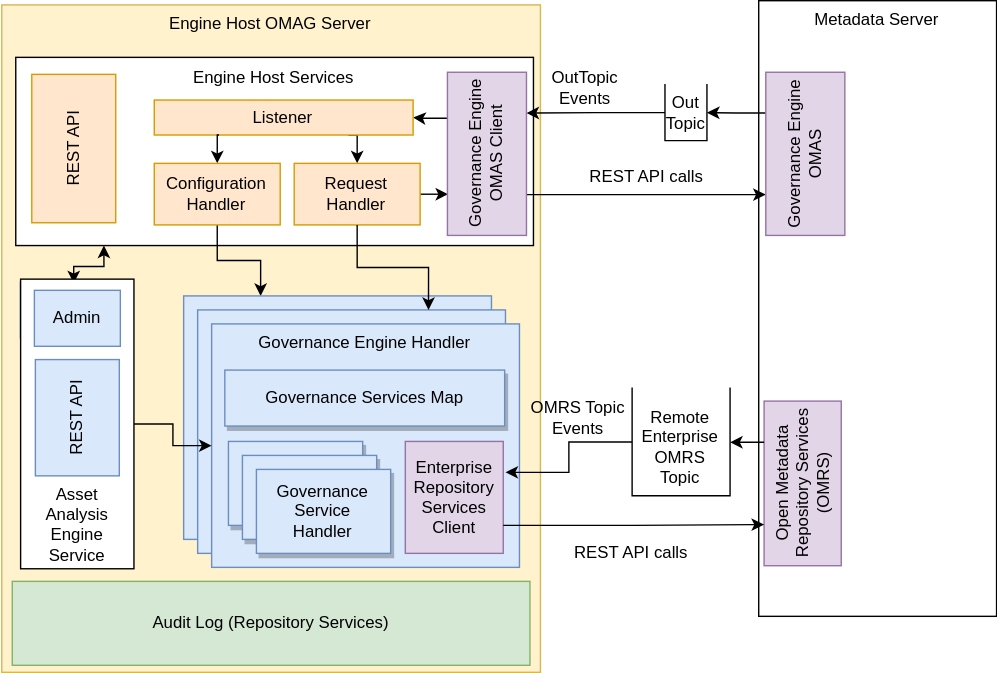
The draw.io diagram site/docs/services/omes/archive-manager/archive-engine-services-internals.svg in odpi/egeria-docs, before a commit. Source tidied: cells renumbered, new cells last; positions are measured from the earlier drawing's top-left corner, leaving out a move shared by most shapes.
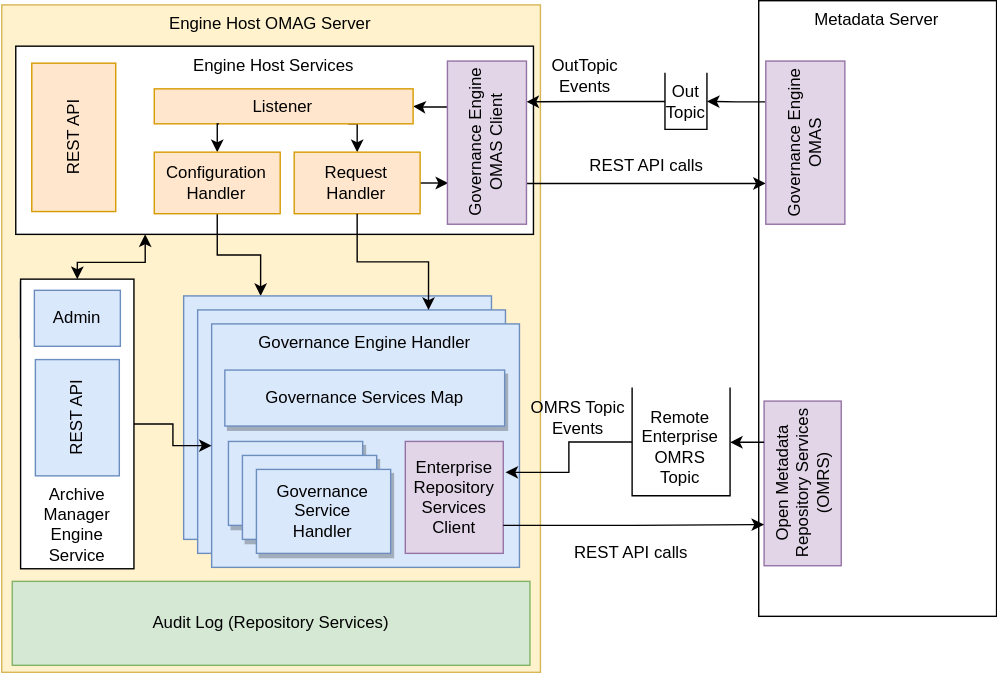
Above is the later version.

Diff of the diagram source:
```diff
@@ -3,93 +3,87 @@
     <mxCell id="0" />
     <mxCell id="1" parent="0" />
     <mxCell id="2" style="rounded=0;whiteSpace=wrap;html=1;verticalAlign=top;fillColor=#dae8fc;strokeColor=#6c8ebf;" parent="1" vertex="1">
-      <mxGeometry x="58.5" y="155" width="36" height="20" as="geometry" />
+      <mxGeometry x="58.5" y="147" width="36" height="20" as="geometry" />
     </mxCell>
     <mxCell id="3" value="Engine Host OMAG Server" style="rounded=0;whiteSpace=wrap;html=1;verticalAlign=top;fillColor=#fff2cc;strokeColor=#d6b656;" parent="1" vertex="1">
       <mxGeometry x="3.5" y="3" width="385" height="477" as="geometry" />
     </mxCell>
-    <mxCell id="4" value="Engine Host Services" style="rounded=0;whiteSpace=wrap;html=1;verticalAlign=top;" parent="1" vertex="1">
-      <mxGeometry x="13.5" y="40.5" width="370" height="134.5" as="geometry" />
+    <mxCell id="4" style="edgeStyle=orthogonalEdgeStyle;rounded=0;jettySize=auto;html=1;exitX=0.25;exitY=1;exitDx=0;exitDy=0;entryX=0.5;entryY=0;entryDx=0;entryDy=0;startArrow=classic;startFill=1;" parent="1" edge="1" source="5" target="32">
+      <mxGeometry relative="1" as="geometry" />
     </mxCell>
-    <mxCell id="5" value="Metadata Server" style="rounded=0;whiteSpace=wrap;html=1;verticalAlign=top;" parent="1" vertex="1">
-      <mxGeometry x="544.5" width="170" height="440" as="geometry" />
+    <mxCell id="5" value="Engine Host Services" style="rounded=0;whiteSpace=wrap;html=1;verticalAlign=top;" parent="1" vertex="1">
+      <mxGeometry x="13.5" y="32.5" width="370" height="134.5" as="geometry" />
     </mxCell>
-    <mxCell id="6" style="edgeStyle=orthogonalEdgeStyle;rounded=0;jettySize=auto;html=1;" parent="1" edge="1" target="12">
-      <mxGeometry relative="1" as="geometry">
-        <mxPoint x="323.5" y="84" as="sourcePoint" />
-      </mxGeometry>
+    <mxCell id="6" value="Metadata Server" style="rounded=0;whiteSpace=wrap;html=1;verticalAlign=top;" parent="1" vertex="1">
+      <mxGeometry x="544.5" width="170" height="440" as="geometry" />
     </mxCell>
-    <mxCell id="7" style="edgeStyle=orthogonalEdgeStyle;rounded=0;jettySize=auto;html=1;entryX=0.75;entryY=1;entryDx=0;entryDy=0;" parent="1" edge="1" source="8" target="16">
-      <mxGeometry relative="1" as="geometry" />
+    <mxCell id="7" style="edgeStyle=orthogonalEdgeStyle;rounded=0;jettySize=auto;html=1;" parent="1" edge="1" target="13">
+      <mxGeometry relative="1" as="geometry">
+        <mxPoint x="323.5" y="76" as="sourcePoint" />
+      </mxGeometry>
     </mxCell>
-    <mxCell id="8" style="shape=partialRectangle;whiteSpace=wrap;html=1;bottom=1;right=1;left=1;top=0;fillColor=none;routingCenterX=-0.5;" parent="1" vertex="1">
-      <mxGeometry x="477.5" y="60" width="30" height="40" as="geometry" />
+    <mxCell id="8" style="edgeStyle=orthogonalEdgeStyle;rounded=0;jettySize=auto;html=1;entryX=0.75;entryY=1;entryDx=0;entryDy=0;" parent="1" edge="1" source="9" target="17">
+      <mxGeometry relative="1" as="geometry" />
     </mxCell>
-    <mxCell id="9" value="Out&lt;br&gt;Topic" style="text;html=1;align=center;verticalAlign=middle;points=[];" parent="1" vertex="1">
-      <mxGeometry x="472.5" y="65" width="40" height="30" as="geometry" />
+    <mxCell id="9" style="shape=partialRectangle;whiteSpace=wrap;html=1;bottom=1;right=1;left=1;top=0;fillColor=none;routingCenterX=-0.5;" parent="1" vertex="1">
+      <mxGeometry x="477.5" y="52" width="30" height="40" as="geometry" />
     </mxCell>
-    <mxCell id="10" style="edgeStyle=orthogonalEdgeStyle;rounded=0;jettySize=auto;html=1;exitX=0.75;exitY=0;exitDx=0;exitDy=0;entryX=1;entryY=0.5;entryDx=0;entryDy=0;" parent="1" edge="1" source="23" target="8">
-      <mxGeometry relative="1" as="geometry" />
+    <mxCell id="10" value="Out&lt;br&gt;Topic" style="text;html=1;align=center;verticalAlign=middle;" parent="1" vertex="1">
+      <mxGeometry x="472.5" y="57" width="40" height="30" as="geometry" />
     </mxCell>
-    <mxCell id="11" style="edgeStyle=orthogonalEdgeStyle;rounded=0;jettySize=auto;html=1;exitX=0.75;exitY=1;exitDx=0;exitDy=0;entryX=0.5;entryY=0;entryDx=0;entryDy=0;" parent="1" edge="1" source="12" target="14">
+    <mxCell id="11" style="edgeStyle=orthogonalEdgeStyle;rounded=0;jettySize=auto;html=1;exitX=0.75;exitY=0;exitDx=0;exitDy=0;entryX=1;entryY=0.5;entryDx=0;entryDy=0;" parent="1" edge="1" source="24" target="9">
       <mxGeometry relative="1" as="geometry" />
     </mxCell>
-    <mxCell id="12" value="Listener" style="rounded=0;whiteSpace=wrap;html=1;fillColor=#ffe6cc;strokeColor=#d79b00;" parent="1" vertex="1">
-      <mxGeometry x="112.5" y="71" width="185" height="25" as="geometry" />
+    <mxCell id="12" style="edgeStyle=orthogonalEdgeStyle;rounded=0;jettySize=auto;html=1;exitX=0.75;exitY=1;exitDx=0;exitDy=0;entryX=0.5;entryY=0;entryDx=0;entryDy=0;" parent="1" edge="1" source="13" target="15">
+      <mxGeometry relative="1" as="geometry" />
     </mxCell>
-    <mxCell id="13" style="edgeStyle=orthogonalEdgeStyle;rounded=0;jettySize=auto;html=1;entryX=0.25;entryY=0;entryDx=0;entryDy=0;" parent="1" edge="1" source="14" target="16">
-      <mxGeometry relative="1" as="geometry" />
+    <mxCell id="13" value="Listener" style="rounded=0;whiteSpace=wrap;html=1;fillColor=#ffe6cc;strokeColor=#d79b00;" parent="1" vertex="1">
+      <mxGeometry x="112.5" y="63" width="185" height="25" as="geometry" />
     </mxCell>
-    <mxCell id="14" value="Request&lt;br&gt;Handler" style="rounded=0;whiteSpace=wrap;html=1;fillColor=#ffe6cc;strokeColor=#d79b00;" parent="1" vertex="1">
-      <mxGeometry x="212.5" y="116.2" width="90" height="44" as="geometry" />
+    <mxCell id="14" style="edgeStyle=orthogonalEdgeStyle;rounded=0;jettySize=auto;html=1;entryX=0.25;entryY=0;entryDx=0;entryDy=0;" parent="1" edge="1" source="15" target="17">
+      <mxGeometry relative="1" as="geometry" />
     </mxCell>
-    <mxCell id="15" style="edgeStyle=orthogonalEdgeStyle;rounded=0;jettySize=auto;html=1;exitX=0.25;exitY=1;exitDx=0;exitDy=0;startArrow=none;startFill=0;entryX=0.25;entryY=0;entryDx=0;entryDy=0;" parent="1" edge="1" source="16" target="23">
-      <mxGeometry relative="1" as="geometry" />
+    <mxCell id="15" value="Request&lt;br&gt;Handler" style="rounded=0;whiteSpace=wrap;html=1;fillColor=#ffe6cc;strokeColor=#d79b00;" parent="1" vertex="1">
+      <mxGeometry x="212.5" y="108.2" width="90" height="44" as="geometry" />
     </mxCell>
-    <mxCell id="16" value="Governance Engine&lt;br&gt;OMAS Client" style="rounded=0;whiteSpace=wrap;html=1;rotation=-90;fillColor=#e1d5e7;strokeColor=#9673a6;" parent="1" vertex="1">
-      <mxGeometry x="291.9" y="81.2" width="116.6" height="56.5" as="geometry" />
+    <mxCell id="16" style="edgeStyle=orthogonalEdgeStyle;rounded=0;jettySize=auto;html=1;exitX=0.25;exitY=1;exitDx=0;exitDy=0;startArrow=none;startFill=0;entryX=0.25;entryY=0;entryDx=0;entryDy=0;" parent="1" edge="1" source="17" target="24">
+      <mxGeometry relative="1" as="geometry" />
     </mxCell>
-    <mxCell id="17" style="edgeStyle=orthogonalEdgeStyle;rounded=0;orthogonalLoop=1;jettySize=auto;html=1;exitX=0.5;exitY=1;exitDx=0;exitDy=0;" parent="1" edge="1" source="8" target="8">
-      <mxGeometry relative="1" as="geometry" />
+    <mxCell id="17" value="Governance Engine&lt;br&gt;OMAS Client" style="rounded=0;whiteSpace=wrap;html=1;rotation=-90;fillColor=#e1d5e7;strokeColor=#9673a6;" parent="1" vertex="1">
+      <mxGeometry x="291.9" y="73.2" width="116.6" height="56.5" as="geometry" />
     </mxCell>
-    <mxCell id="18" value="REST API calls" style="text;html=1;align=center;verticalAlign=middle;" parent="1" vertex="1">
-      <mxGeometry x="414.5" y="116.2" width="100" height="20" as="geometry" />
+    <mxCell id="18" style="edgeStyle=orthogonalEdgeStyle;rounded=0;orthogonalLoop=1;jettySize=auto;html=1;exitX=0.5;exitY=1;exitDx=0;exitDy=0;" parent="1" edge="1" source="9" target="9">
+      <mxGeometry relative="1" as="geometry" />
     </mxCell>
-    <mxCell id="19" value="OutTopic&lt;br&gt;Events" style="text;html=1;align=center;verticalAlign=middle;" parent="1" vertex="1">
-      <mxGeometry x="390.5" y="47.2" width="60" height="30" as="geometry" />
+    <mxCell id="19" value="REST API calls" style="text;html=1;align=center;verticalAlign=middle;" parent="1" vertex="1">
+      <mxGeometry x="414.5" y="108.2" width="100" height="20" as="geometry" />
     </mxCell>
-    <mxCell id="20" style="edgeStyle=orthogonalEdgeStyle;rounded=0;jettySize=auto;html=1;exitX=0.25;exitY=1;exitDx=0;exitDy=0;entryX=0.5;entryY=0;entryDx=0;entryDy=0;startArrow=none;startFill=0;" parent="1" edge="1" source="12" target="22">
-      <mxGeometry relative="1" as="geometry" />
+    <mxCell id="20" value="OutTopic&lt;br&gt;Events" style="text;html=1;align=center;verticalAlign=middle;" parent="1" vertex="1">
+      <mxGeometry x="390.5" y="39.2" width="60" height="30" as="geometry" />
     </mxCell>
-    <mxCell id="21" style="edgeStyle=orthogonalEdgeStyle;rounded=0;jettySize=auto;html=1;exitX=0.5;exitY=1;exitDx=0;exitDy=0;entryX=0.25;entryY=0;entryDx=0;entryDy=0;startArrow=none;startFill=0;" parent="1" edge="1" source="22" target="27">
+    <mxCell id="21" style="edgeStyle=orthogonalEdgeStyle;rounded=0;jettySize=auto;html=1;exitX=0.25;exitY=1;exitDx=0;exitDy=0;entryX=0.5;entryY=0;entryDx=0;entryDy=0;startArrow=none;startFill=0;" parent="1" edge="1" source="13" target="23">
       <mxGeometry relative="1" as="geometry" />
     </mxCell>
-    <mxCell id="22" value="Configuration&lt;br&gt;Handler" style="rounded=0;whiteSpace=wrap;html=1;fillColor=#ffe6cc;strokeColor=#d79b00;" parent="1" vertex="1">
-      <mxGeometry x="112.5" y="116.2" width="90" height="44" as="geometry" />
+    <mxCell id="22" style="edgeStyle=orthogonalEdgeStyle;rounded=0;jettySize=auto;html=1;exitX=0.5;exitY=1;exitDx=0;exitDy=0;entryX=0.25;entryY=0;entryDx=0;entryDy=0;startArrow=none;startFill=0;" parent="1" edge="1" source="23" target="28">
+      <mxGeometry relative="1" as="geometry" />
     </mxCell>
-    <mxCell id="23" value="Governance Engine&lt;br&gt;OMAS" style="rounded=0;whiteSpace=wrap;html=1;rotation=-90;fillColor=#e1d5e7;strokeColor=#9673a6;" parent="1" vertex="1">
-      <mxGeometry x="519.5" y="81.2" width="116.6" height="56.5" as="geometry" />
+    <mxCell id="23" value="Configuration&lt;br&gt;Handler" style="rounded=0;whiteSpace=wrap;html=1;fillColor=#ffe6cc;strokeColor=#d79b00;" parent="1" vertex="1">
+      <mxGeometry x="112.5" y="108.2" width="90" height="44" as="geometry" />
     </mxCell>
-    <mxCell id="24" value="REST API" style="rounded=0;whiteSpace=wrap;html=1;rotation=-90;fillColor=#ffe6cc;strokeColor=#d79b00;" parent="1" vertex="1">
-      <mxGeometry x="1.9" y="75.7" width="106" height="60" as="geometry" />
+    <mxCell id="24" value="Governance Engine&lt;br&gt;OMAS" style="rounded=0;whiteSpace=wrap;html=1;rotation=-90;fillColor=#e1d5e7;strokeColor=#9673a6;" parent="1" vertex="1">
+      <mxGeometry x="519.5" y="73.2" width="116.6" height="56.5" as="geometry" />
     </mxCell>
-    <mxCell id="25" value="Open Metadata Repository Services (OMRS)" style="rounded=0;whiteSpace=wrap;html=1;rotation=-90;fillColor=#e1d5e7;strokeColor=#9673a6;" parent="1" vertex="1">
-      <mxGeometry x="517.1" y="317.4" width="117.7" height="55.1" as="geometry" />
+    <mxCell id="25" value="REST API" style="rounded=0;whiteSpace=wrap;html=1;rotation=-90;fillColor=#ffe6cc;strokeColor=#d79b00;" parent="1" vertex="1">
+      <mxGeometry x="1.9" y="67.7" width="106" height="60" as="geometry" />
     </mxCell>
-    <mxCell id="26" style="rounded=0;whiteSpace=wrap;html=1;verticalAlign=top;fillColor=#dae8fc;strokeColor=#6c8ebf;" parent="1" vertex="1">
-      <mxGeometry x="239.9" y="212" width="35.1" height="20" as="geometry" />
+    <mxCell id="26" value="Open Metadata Repository Services (OMRS)" style="rounded=0;whiteSpace=wrap;html=1;rotation=-90;fillColor=#e1d5e7;strokeColor=#9673a6;" parent="1" vertex="1">
+      <mxGeometry x="517.1" y="317.4" width="117.7" height="55.1" as="geometry" />
     </mxCell>
     <mxCell id="27" style="rounded=0;whiteSpace=wrap;html=1;verticalAlign=top;fillColor=#dae8fc;strokeColor=#6c8ebf;" parent="1" vertex="1">
-      <mxGeometry x="133.5" y="211" width="220" height="174" as="geometry" />
+      <mxGeometry x="239.9" y="212" width="35.1" height="20" as="geometry" />
     </mxCell>
-    <mxCell id="28" style="edgeStyle=orthogonalEdgeStyle;rounded=0;jettySize=auto;html=1;exitX=0.5;exitY=0;exitDx=0;exitDy=0;entryX=0.5;entryY=1;entryDx=0;entryDy=0;startArrow=classic;startFill=1;" parent="1" edge="1" target="2">
-      <mxGeometry relative="1" as="geometry">
-        <mxPoint x="54.9" y="202" as="sourcePoint" />
-        <Array as="points">
-          <mxPoint x="55.5" y="190" />
-          <mxPoint x="76.5" y="190" />
-        </Array>
-      </mxGeometry>
+    <mxCell id="28" style="rounded=0;whiteSpace=wrap;html=1;verticalAlign=top;fillColor=#dae8fc;strokeColor=#6c8ebf;" parent="1" vertex="1">
+      <mxGeometry x="133.5" y="211" width="220" height="174" as="geometry" />
     </mxCell>
     <mxCell id="29" value="REST API calls" style="text;html=1;align=center;verticalAlign=middle;" parent="1" vertex="1">
       <mxGeometry x="402.6" y="385" width="100" height="20" as="geometry" />
@@ -100,7 +94,7 @@
     <mxCell id="31" value="REST API" style="rounded=0;whiteSpace=wrap;html=1;rotation=-90;fillColor=#dae8fc;strokeColor=#6c8ebf;" parent="1" vertex="1">
       <mxGeometry y="264" width="95" height="60" as="geometry" />
     </mxCell>
-    <mxCell id="32" value="Asset&lt;br&gt;Analysis&lt;br&gt;Engine&lt;br&gt;Service" style="rounded=0;whiteSpace=wrap;html=1;verticalAlign=bottom;" parent="1" vertex="1">
+    <mxCell id="32" value="Archive&lt;br&gt;Manager&lt;br&gt;Engine&lt;br&gt;Service" style="rounded=0;whiteSpace=wrap;html=1;verticalAlign=bottom;" parent="1" vertex="1">
       <mxGeometry x="17" y="199" width="81" height="207" as="geometry" />
     </mxCell>
     <mxCell id="33" value="Admin" style="rounded=0;whiteSpace=wrap;html=1;fillColor=#dae8fc;strokeColor=#6c8ebf;" parent="1" vertex="1">
@@ -124,7 +118,7 @@
     <mxCell id="39" value="Governance&lt;br&gt;Service&lt;br&gt;Handler" style="rounded=0;whiteSpace=wrap;html=1;fillColor=#dae8fc;strokeColor=#6c8ebf;shadow=1;" parent="1" vertex="1">
       <mxGeometry x="165.5" y="315" width="96" height="60" as="geometry" />
     </mxCell>
-    <mxCell id="40" style="edgeStyle=orthogonalEdgeStyle;rounded=0;jettySize=auto;html=1;exitX=0.5;exitY=1;exitDx=0;exitDy=0;entryX=0.75;entryY=0;entryDx=0;entryDy=0;" parent="1" edge="1" source="14" target="35">
+    <mxCell id="40" style="edgeStyle=orthogonalEdgeStyle;rounded=0;jettySize=auto;html=1;exitX=0.5;exitY=1;exitDx=0;exitDy=0;entryX=0.75;entryY=0;entryDx=0;entryDy=0;" parent="1" edge="1" source="15" target="35">
       <mxGeometry relative="1" as="geometry" />
     </mxCell>
     <mxCell id="41" style="edgeStyle=orthogonalEdgeStyle;rounded=0;jettySize=auto;html=1;" parent="1" edge="1" source="32" target="36">
@@ -136,7 +130,7 @@
     <mxCell id="43" value="Governance&lt;br&gt;Service&lt;br&gt;Handler" style="rounded=0;whiteSpace=wrap;html=1;fillColor=#dae8fc;strokeColor=#6c8ebf;shadow=1;" parent="1" vertex="1">
       <mxGeometry x="185.5" y="335" width="96" height="60" as="geometry" />
     </mxCell>
-    <mxCell id="44" style="edgeStyle=orthogonalEdgeStyle;rounded=0;jettySize=auto;html=1;entryX=0.25;entryY=0;entryDx=0;entryDy=0;exitX=1;exitY=0.75;exitDx=0;exitDy=0;" parent="1" edge="1" source="38" target="25">
+    <mxCell id="44" style="edgeStyle=orthogonalEdgeStyle;rounded=0;jettySize=auto;html=1;entryX=0.25;entryY=0;entryDx=0;entryDy=0;exitX=1;exitY=0.75;exitDx=0;exitDy=0;" parent="1" edge="1" source="38" target="26">
       <mxGeometry relative="1" as="geometry" />
     </mxCell>
     <mxCell id="45" value="Audit Log (Repository Services)" style="rounded=0;whiteSpace=wrap;html=1;fillColor=#d5e8d4;strokeColor=#82b366;" parent="1" vertex="1">
@@ -153,7 +147,7 @@
     <mxCell id="48" value="Remote&lt;br&gt;Enterprise&lt;br&gt;OMRS&lt;br&gt;Topic" style="text;html=1;align=center;verticalAlign=middle;" parent="1" vertex="1">
       <mxGeometry x="453" y="289" width="70" height="60" as="geometry" />
     </mxCell>
-    <mxCell id="49" style="edgeStyle=orthogonalEdgeStyle;rounded=0;jettySize=auto;html=1;exitX=0.75;exitY=0;exitDx=0;exitDy=0;entryX=1;entryY=0.5;entryDx=0;entryDy=0;" parent="1" edge="1" source="25" target="47">
+    <mxCell id="49" style="edgeStyle=orthogonalEdgeStyle;rounded=0;jettySize=auto;html=1;exitX=0.75;exitY=0;exitDx=0;exitDy=0;entryX=1;entryY=0.5;entryDx=0;entryDy=0;" parent="1" edge="1" source="26" target="47">
       <mxGeometry relative="1" as="geometry" />
     </mxCell>
     <mxCell id="50" value="OMRS Topic&lt;br&gt;Events" style="text;html=1;align=center;verticalAlign=middle;" parent="1" vertex="1">
```
